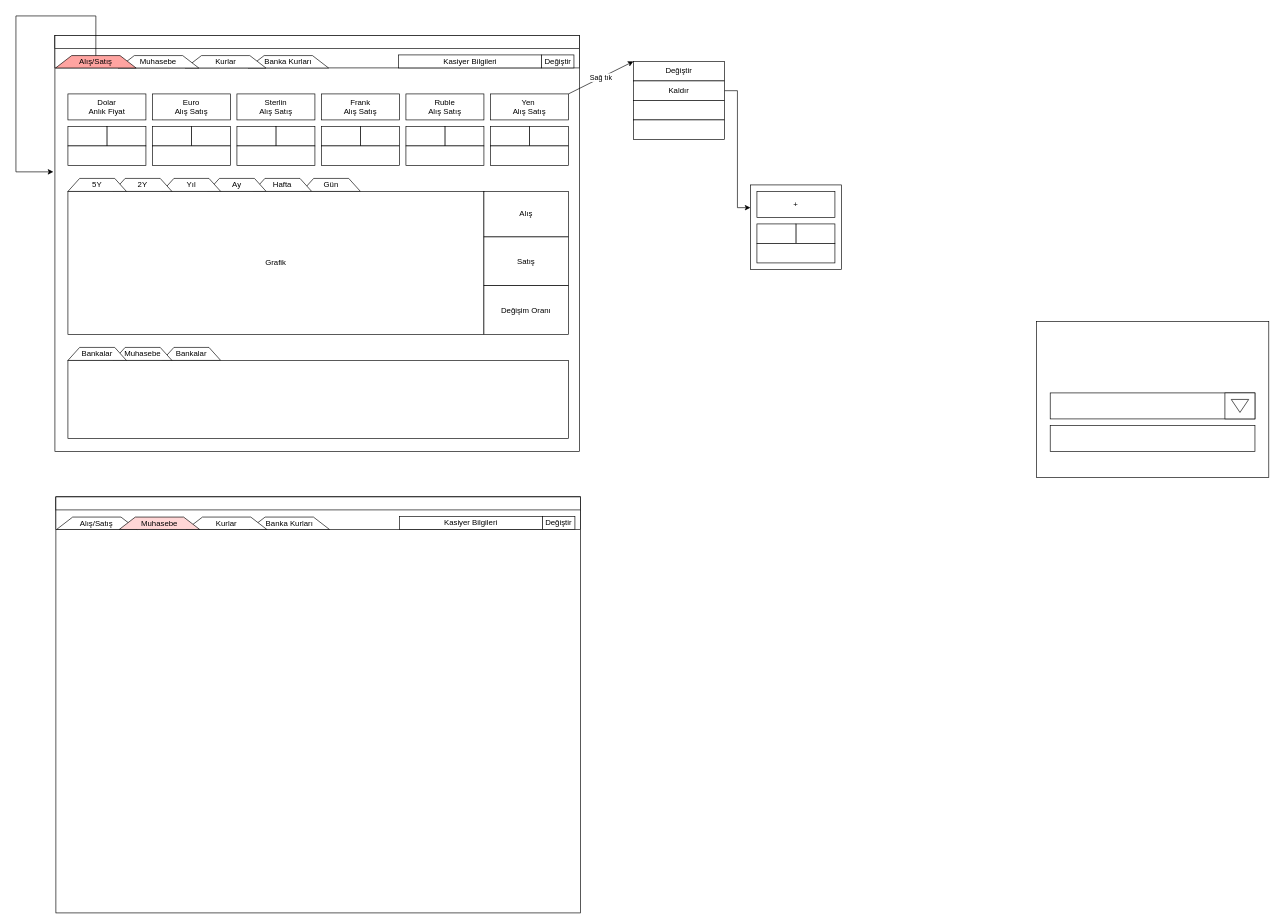
This is page "Page-1" (1 of 2) of schemas/arayuz.drawio from makifcay/doviz-otomasyon, a draw.io file, before an edit. Source tidied: cells renumbered, new cells numbered last; positions are measured from the earlier drawing's top-left corner, leaving out a move shared by most shapes. Both pictures are drawn from the tidied source at 65%, with x=0, y=0 at pixel (16, 16).
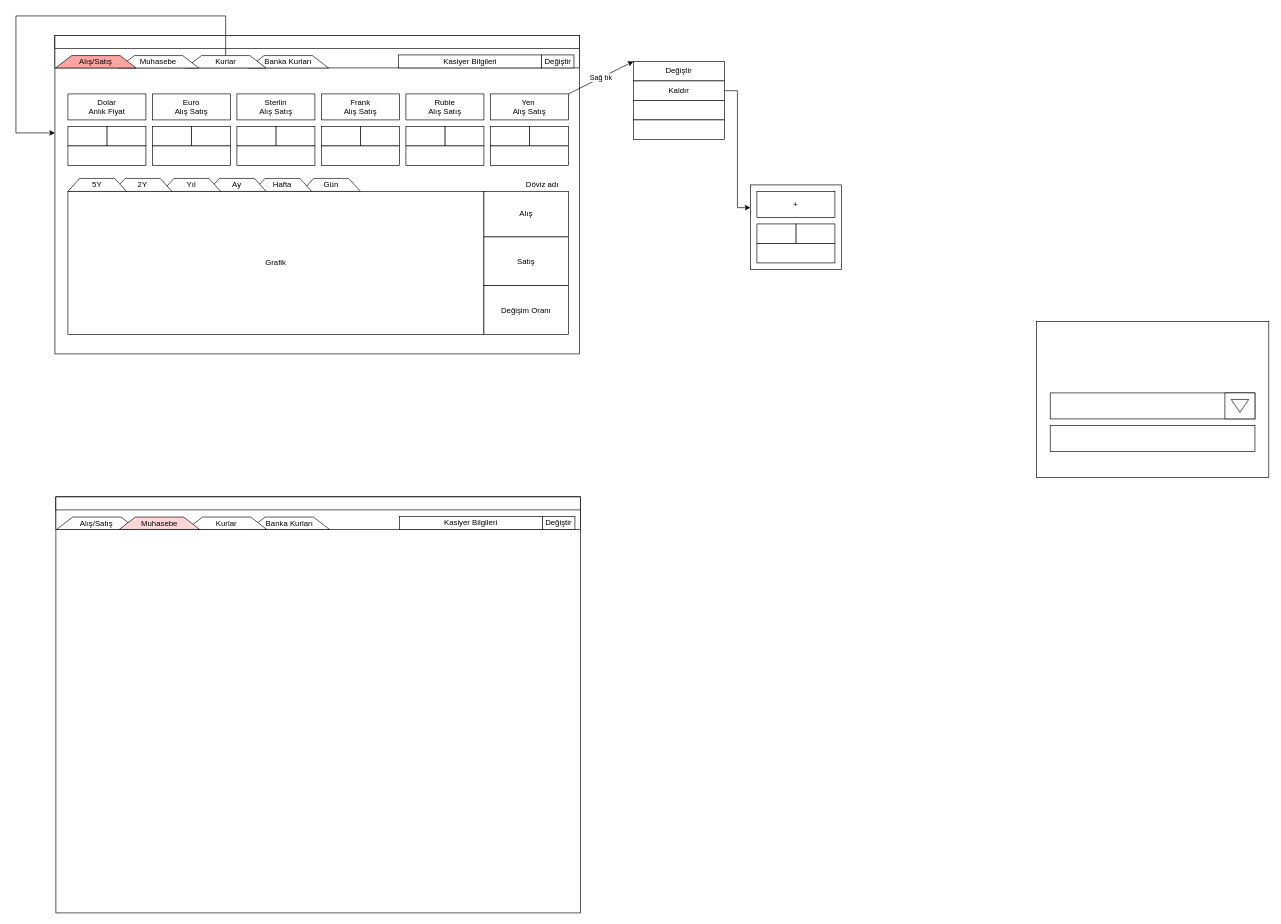
Above is the later version.

Unchanged cells that the change refers to:
```xml
<mxCell id="64" value="Kurlar" style="shape=trapezoid;perimeter=trapezoidPerimeter;whiteSpace=wrap;html=1;" parent="62" vertex="1">
  <mxGeometry x="199.7" width="123.9" height="19.1" as="geometry" />
</mxCell>
<mxCell id="66" value="Alış/Satış" style="shape=trapezoid;perimeter=trapezoidPerimeter;whiteSpace=wrap;html=1;fillColor=#FFA4A1;" parent="62" vertex="1">
  <mxGeometry width="123.9" height="19.1" as="geometry" />
</mxCell>
```

Change to the diagram source:
```diff
@@
     <mxCell id="2" style="rounded=0;whiteSpace=wrap;html=1;" parent="1" vertex="1">
-      <mxGeometry x="60" y="30" width="807" height="640" as="geometry" />
+      <mxGeometry x="60" y="30" width="807" height="490" as="geometry" />
     </mxCell>
@@
-    <mxCell id="7" value="Bankalar" style="shape=trapezoid;perimeter=trapezoidPerimeter;whiteSpace=wrap;html=1;" parent="1" vertex="1">
-      <mxGeometry x="225" y="510" width="90" height="20" as="geometry" />
-    </mxCell>
@@
-    <mxCell id="32" style="rounded=0;whiteSpace=wrap;html=1;" parent="1" vertex="1">
-      <mxGeometry x="80" y="530" width="770" height="120" as="geometry" />
-    </mxCell>
-    <mxCell id="33" value="Muhasebe" style="shape=trapezoid;perimeter=trapezoidPerimeter;whiteSpace=wrap;html=1;" parent="1" vertex="1">
-      <mxGeometry x="150" y="510" width="90" height="20" as="geometry" />
-    </mxCell>
-    <mxCell id="34" value="Bankalar" style="shape=trapezoid;perimeter=trapezoidPerimeter;whiteSpace=wrap;html=1;" parent="1" vertex="1">
-      <mxGeometry x="80" y="510" width="90" height="20" as="geometry" />
-    </mxCell>
@@
-    <mxCell id="68" style="edgeStyle=orthogonalEdgeStyle;rounded=0;jettySize=auto;html=1;exitX=0.5;exitY=0;exitDx=0;exitDy=0;entryX=-0.003;entryY=0.328;entryDx=0;entryDy=0;entryPerimeter=0;" parent="1" edge="1" source="66" target="2">
+    <mxCell id="68" style="edgeStyle=orthogonalEdgeStyle;rounded=0;jettySize=auto;html=1;exitX=0.5;exitY=0;exitDx=0;exitDy=0;" parent="1" edge="1" source="64" target="2">
       <mxGeometry relative="1" as="geometry">
         <Array as="points">
-          <mxPoint x="123" />
+          <mxPoint x="323" />
           <mxPoint />
-          <mxPoint y="240" />
+          <mxPoint y="180" />
         </Array>
       </mxGeometry>
     </mxCell>
@@
+    <mxCell id="80" value="Döviz adı" style="text;html=1;strokeColor=none;fillColor=none;align=center;verticalAlign=middle;whiteSpace=wrap;rounded=0;" parent="1" vertex="1">
+      <mxGeometry x="770" y="250" width="80" height="20" as="geometry" />
+    </mxCell>
```
